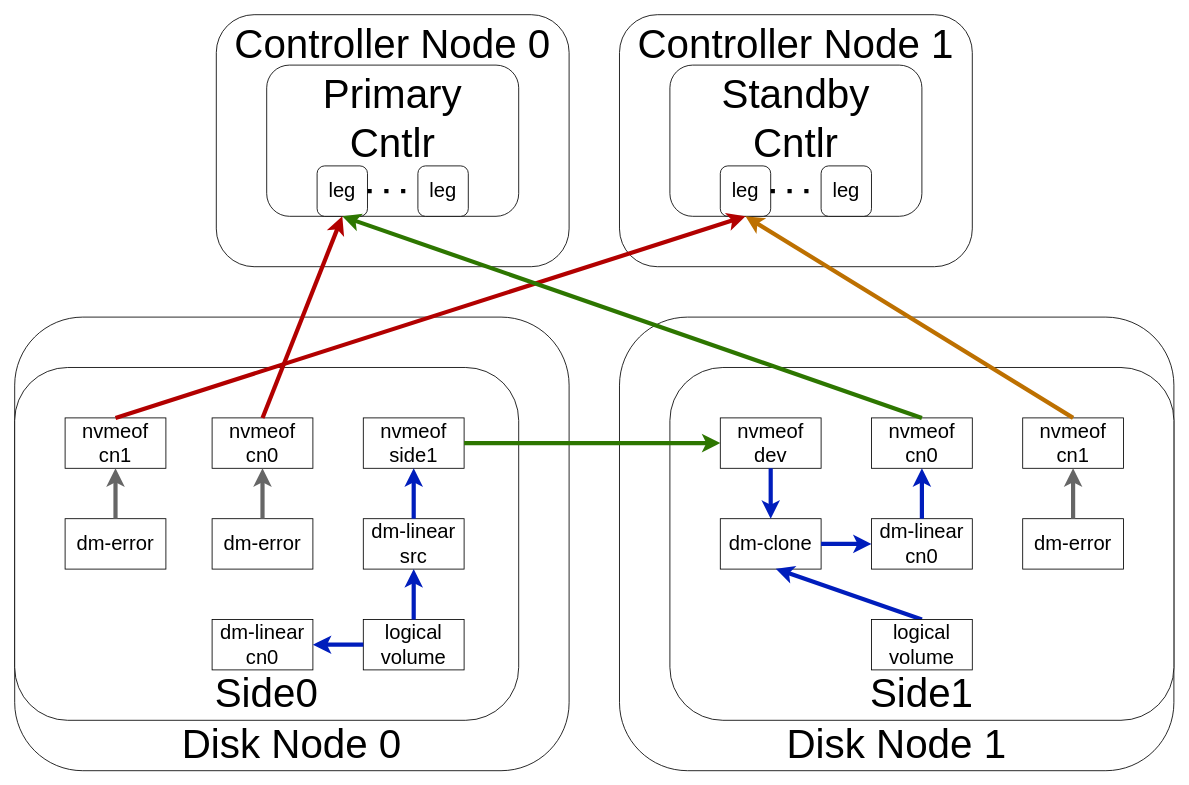
distributed-nvme/distributed-nvme keeps this draw.io diagram as imgs/080Migration.drawio. Above is the earlier version. Source tidied: cells renumbered, new cells numbered last; positions are measured from the earlier drawing's top-left corner, leaving out a move shared by most shapes. Both pictures are drawn from the tidied source at 84%, with x=0, y=0 at pixel (14, 14).
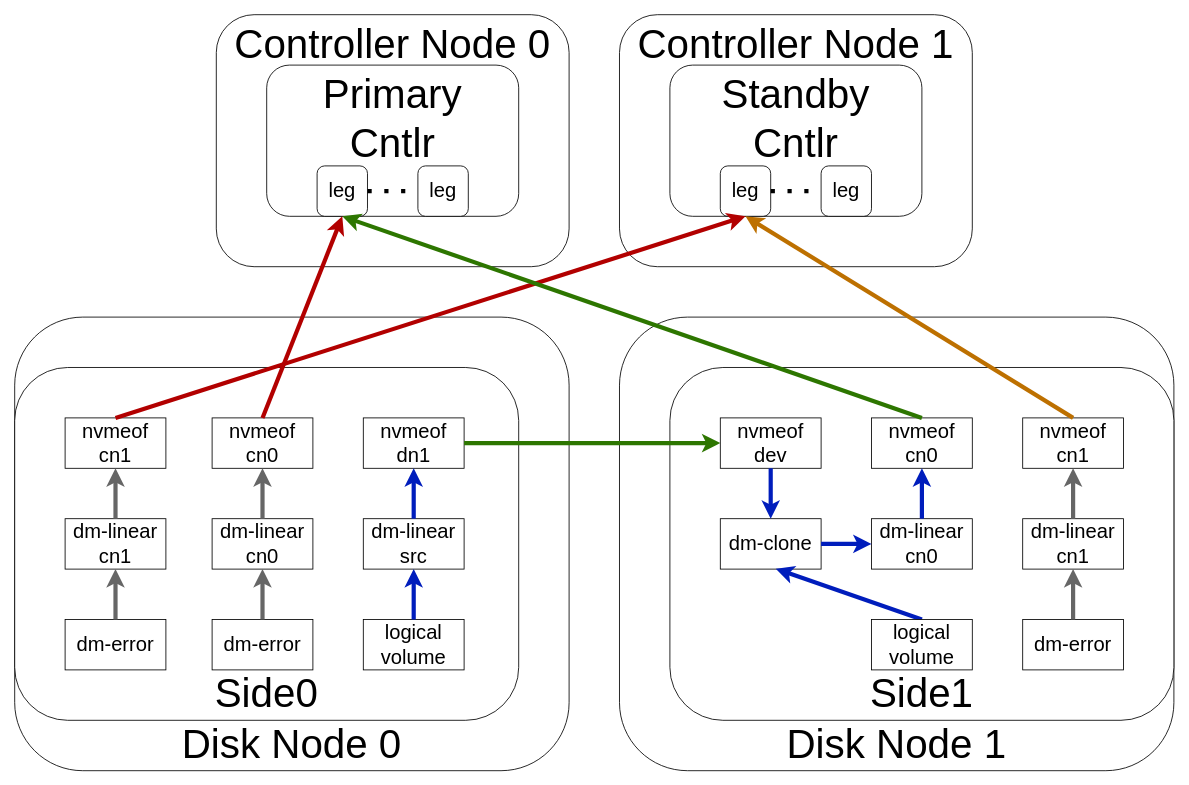
The same diagram, later.

Unchanged cells that the change refers to:
```xml
<mxCell id="6" value="&lt;span style=&quot;font-size: 24px;&quot;&gt;logical volume&lt;/span&gt;" style="rounded=0;whiteSpace=wrap;html=1;" parent="1" vertex="1">
  <mxGeometry x="415" y="720" width="120" height="60" as="geometry" />
</mxCell>
```

Change to the diagram source:
```diff
@@
-    <mxCell id="7" value="&lt;span style=&quot;font-size: 24px;&quot;&gt;dm-linear&lt;/span&gt;&lt;div&gt;&lt;span style=&quot;font-size: 24px;&quot;&gt;cn0&lt;/span&gt;&lt;/div&gt;" style="rounded=0;whiteSpace=wrap;html=1;" parent="1" vertex="1">
+    <mxCell id="7" value="&lt;span style=&quot;font-size: 24px;&quot;&gt;dm-error&lt;/span&gt;" style="rounded=0;whiteSpace=wrap;html=1;" parent="1" vertex="1">
       <mxGeometry x="235" y="720" width="120" height="60" as="geometry" />
     </mxCell>
@@
-    <mxCell id="9" style="endArrow=classic;html=1;rounded=0;strokeWidth=5;strokeColor=#001DBC;exitX=0;exitY=0.5;exitDx=0;exitDy=0;entryX=1;entryY=0.5;entryDx=0;entryDy=0;fillColor=#0050ef;" parent="1" edge="1" source="6" target="7">
-      <mxGeometry relative="1" as="geometry" />
-    </mxCell>
@@
-    <mxCell id="16" value="&lt;span style=&quot;font-size: 24px;&quot;&gt;nvmeof&lt;/span&gt;&lt;div&gt;&lt;span style=&quot;font-size: 24px;&quot;&gt;side1&lt;/span&gt;&lt;/div&gt;" style="rounded=0;whiteSpace=wrap;html=1;" parent="1" vertex="1">
+    <mxCell id="16" value="&lt;span style=&quot;font-size: 24px;&quot;&gt;nvmeof&lt;/span&gt;&lt;div&gt;&lt;span style=&quot;font-size: 24px;&quot;&gt;dn1&lt;/span&gt;&lt;/div&gt;" style="rounded=0;whiteSpace=wrap;html=1;" parent="1" vertex="1">
       <mxGeometry x="415" y="480" width="120" height="60" as="geometry" />
     </mxCell>
@@
-    <mxCell id="40" value="&lt;span style=&quot;font-size: 24px;&quot;&gt;dm-error&lt;/span&gt;" style="rounded=0;whiteSpace=wrap;html=1;" parent="1" vertex="1">
+    <mxCell id="40" value="&lt;span style=&quot;font-size: 24px;&quot;&gt;dm-linear&lt;/span&gt;&lt;div&gt;&lt;span style=&quot;font-size: 24px;&quot;&gt;cn1&lt;/span&gt;&lt;/div&gt;" style="rounded=0;whiteSpace=wrap;html=1;" parent="1" vertex="1">
       <mxGeometry x="1200" y="600" width="120" height="60" as="geometry" />
     </mxCell>
@@
-    <mxCell id="42" value="&lt;span style=&quot;font-size: 24px;&quot;&gt;dm-error&lt;/span&gt;" style="rounded=0;whiteSpace=wrap;html=1;" parent="1" vertex="1">
+    <mxCell id="42" value="&lt;span style=&quot;font-size: 24px;&quot;&gt;dm-linear&lt;/span&gt;&lt;div&gt;&lt;span style=&quot;font-size: 24px;&quot;&gt;cn0&lt;/span&gt;&lt;/div&gt;" style="rounded=0;whiteSpace=wrap;html=1;" parent="1" vertex="1">
       <mxGeometry x="235" y="600" width="120" height="60" as="geometry" />
     </mxCell>
@@
-    <mxCell id="44" value="&lt;span style=&quot;font-size: 24px;&quot;&gt;dm-error&lt;/span&gt;" style="rounded=0;whiteSpace=wrap;html=1;" parent="1" vertex="1">
+    <mxCell id="44" value="&lt;span style=&quot;font-size: 24px;&quot;&gt;dm-linear&lt;/span&gt;&lt;div&gt;&lt;span style=&quot;font-size: 24px;&quot;&gt;cn1&lt;/span&gt;&lt;/div&gt;" style="rounded=0;whiteSpace=wrap;html=1;" parent="1" vertex="1">
       <mxGeometry x="60" y="600" width="120" height="60" as="geometry" />
     </mxCell>
@@
+    <mxCell id="46" value="&lt;span style=&quot;font-size: 24px;&quot;&gt;dm-error&lt;/span&gt;" style="rounded=0;whiteSpace=wrap;html=1;" parent="1" vertex="1">
+      <mxGeometry x="60" y="720" width="120" height="60" as="geometry" />
+    </mxCell>
+    <mxCell id="47" style="endArrow=classic;html=1;rounded=0;strokeWidth=5;strokeColor=#666666;exitX=0.5;exitY=0;exitDx=0;exitDy=0;fillColor=#f5f5f5;" parent="1" edge="1" source="46">
+      <mxGeometry relative="1" as="geometry">
+        <mxPoint x="120" y="660" as="targetPoint" />
+      </mxGeometry>
+    </mxCell>
+    <mxCell id="48" style="endArrow=classic;html=1;rounded=0;strokeWidth=5;strokeColor=#666666;exitX=0.5;exitY=0;exitDx=0;exitDy=0;fillColor=#f5f5f5;" parent="1" edge="1" source="7">
+      <mxGeometry relative="1" as="geometry">
+        <mxPoint x="295" y="660" as="targetPoint" />
+      </mxGeometry>
+    </mxCell>
+    <mxCell id="49" value="&lt;span style=&quot;font-size: 24px;&quot;&gt;dm-error&lt;/span&gt;" style="rounded=0;whiteSpace=wrap;html=1;" parent="1" vertex="1">
+      <mxGeometry x="1200" y="720" width="120" height="60" as="geometry" />
+    </mxCell>
+    <mxCell id="50" style="endArrow=classic;html=1;rounded=0;strokeWidth=5;strokeColor=#666666;exitX=0.5;exitY=0;exitDx=0;exitDy=0;fillColor=#f5f5f5;" parent="1" edge="1" source="49">
+      <mxGeometry relative="1" as="geometry">
+        <mxPoint x="1260" y="660" as="targetPoint" />
+      </mxGeometry>
+    </mxCell>
```
